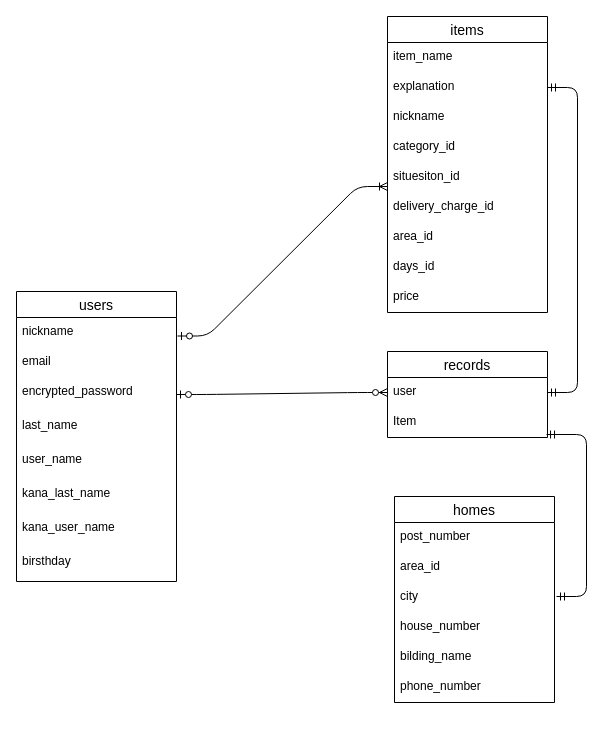
Above: test.dio in nanana4419/furima-37876 (draw.io), before the change. Source tidied: cells renumbered, new cells numbered last; positions are measured from the earlier drawing's top-left corner, leaving out a move shared by most shapes. Both pictures are drawn from the tidied source at 100%, with x=0, y=0 at pixel (16, 16).
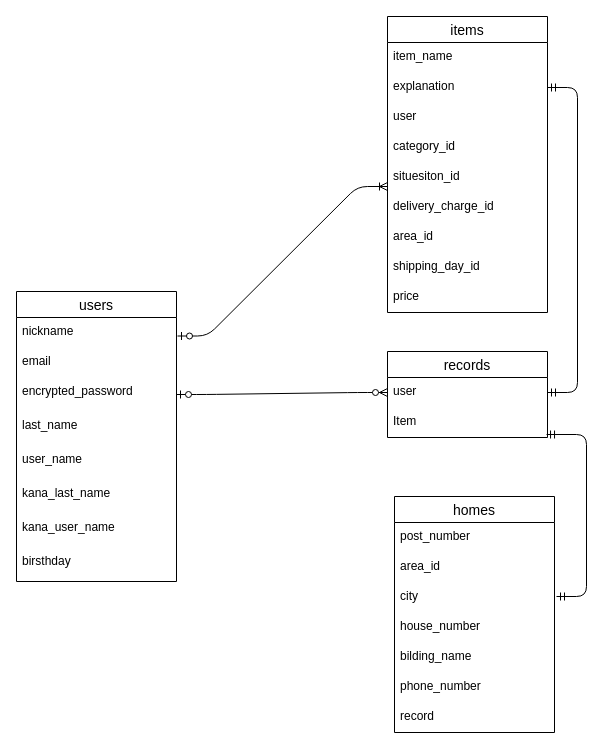
Above is the later version.

The change refers to these unchanged cells:
```xml
<mxCell id="11" value="items" style="swimlane;fontStyle=0;horizontal=1;startSize=26;align=center;fontSize=14;" parent="1" vertex="1">
  <mxGeometry x="371" width="160" height="296" as="geometry" />
</mxCell>
```

What changed in the source:
```diff
@@
-    <mxCell id="14" value="nickname" style="text;strokeColor=none;fillColor=none;spacingLeft=4;spacingRight=4;overflow=hidden;fontSize=12;" parent="11" vertex="1">
+    <mxCell id="14" value="user" style="text;strokeColor=none;fillColor=none;spacingLeft=4;spacingRight=4;overflow=hidden;fontSize=12;" parent="11" vertex="1">
       <mxGeometry y="86" width="160" height="30" as="geometry" />
     </mxCell>
@@
-    <mxCell id="19" value="days_id" style="text;strokeColor=none;fillColor=none;spacingLeft=4;spacingRight=4;overflow=hidden;fontSize=12;" parent="11" vertex="1">
+    <mxCell id="19" value="shipping_day_id" style="text;strokeColor=none;fillColor=none;spacingLeft=4;spacingRight=4;overflow=hidden;fontSize=12;" parent="11" vertex="1">
       <mxGeometry y="236" width="160" height="30" as="geometry" />
     </mxCell>
@@
     <mxCell id="24" value="homes" style="swimlane;fontStyle=0;horizontal=1;startSize=26;align=center;fontSize=14;" parent="1" vertex="1">
-      <mxGeometry x="378" y="480" width="160" height="206" as="geometry" />
+      <mxGeometry x="378" y="480" width="160" height="236" as="geometry" />
     </mxCell>
@@
+    <mxCell id="35" value="record" style="text;strokeColor=none;fillColor=none;spacingLeft=4;spacingRight=4;overflow=hidden;fontSize=12;" parent="24" vertex="1">
+      <mxGeometry y="206" width="160" height="30" as="geometry" />
+    </mxCell>
```
